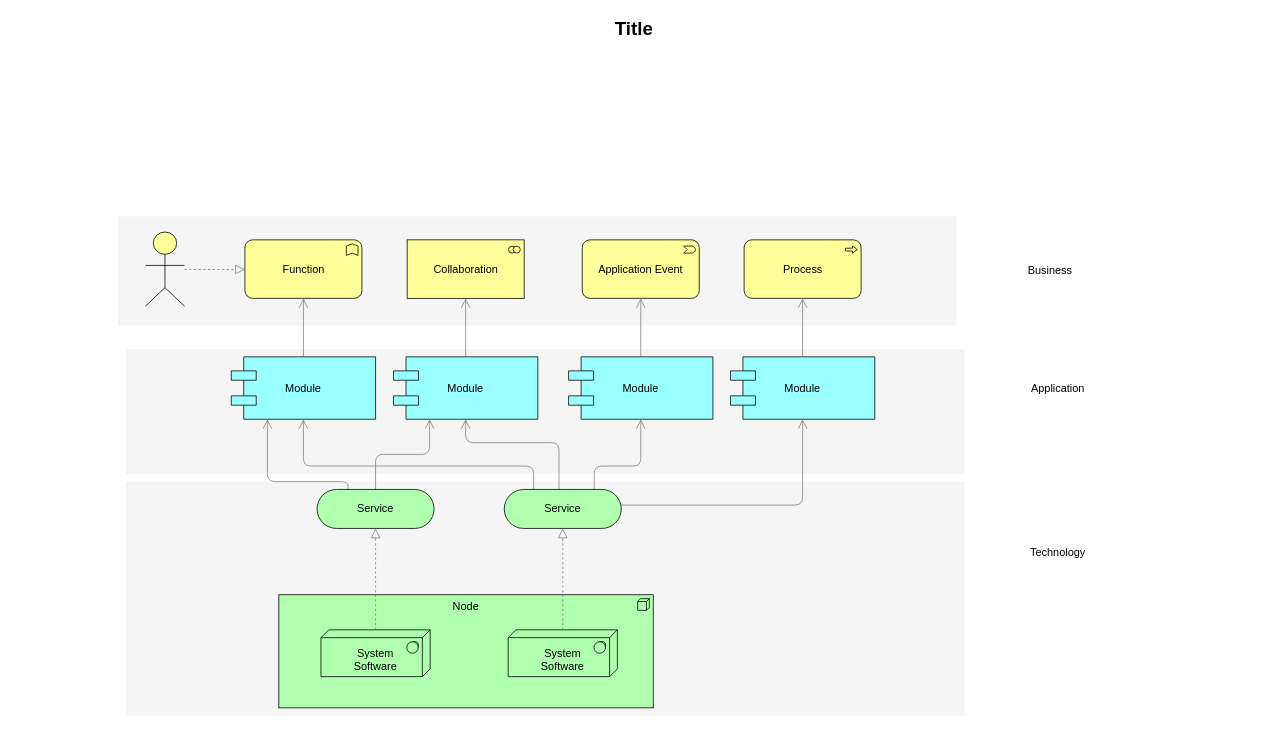
Earlier version of the draw.io diagram Untitled Diagram.drawio (vTide/drawio_test). Source tidied: cells renumbered, new cells numbered last; positions are measured from the earlier drawing's top-left corner, leaving out a move shared by most shapes. Both pictures are drawn from the tidied source at 78%, with x=0, y=0 at pixel (13, 13).
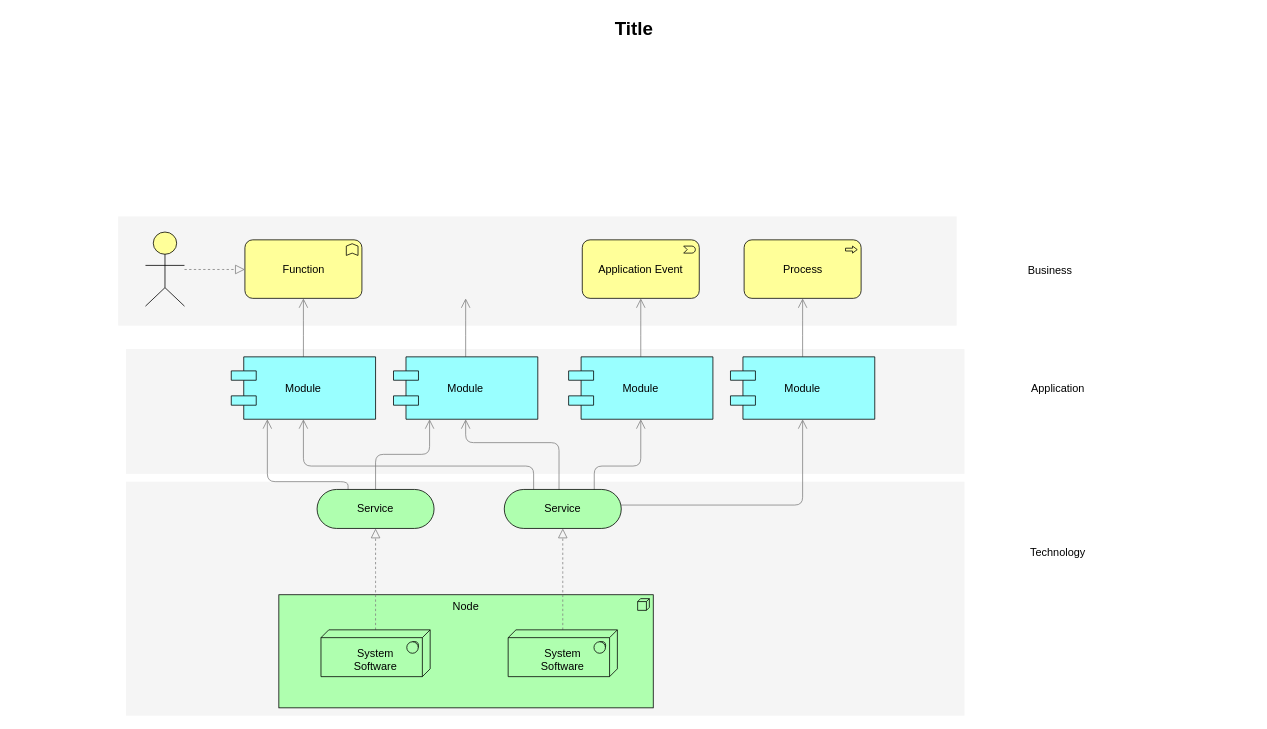
The same diagram, later.

Commit message:
Dropped something

Unchanged cells that the change refers to:
```xml
<mxCell id="21" value="Module" style="shape=component;align=center;fillColor=#99ffff;gradientColor=none;fontSize=14;" parent="1" vertex="1">
  <mxGeometry x="487" y="440" width="185" height="80" as="geometry" />
</mxCell>
```

The edit, as a diff of the source:
```diff
@@
-    <mxCell id="20" style="edgeStyle=elbowEdgeStyle;rounded=1;elbow=vertical;html=1;startSize=10;endArrow=open;endFill=0;endSize=10;jettySize=auto;strokeColor=#808080;fontSize=14;" parent="1" edge="1" source="21" target="27">
-      <mxGeometry relative="1" as="geometry" />
+    <mxCell id="20" style="edgeStyle=elbowEdgeStyle;rounded=1;elbow=vertical;html=1;startSize=10;endArrow=open;endFill=0;endSize=10;jettySize=auto;strokeColor=#808080;fontSize=14;" parent="1" edge="1" source="21">
+      <mxGeometry relative="1" as="geometry">
+        <mxPoint x="579.5" y="365" as="targetPoint" />
+      </mxGeometry>
     </mxCell>
@@
-    <mxCell id="27" value="Collaboration" style="html=1;whiteSpace=wrap;fillColor=#ffff99;shape=mxgraph.archimate3.application;appType=collab;archiType=square;fontSize=14;" parent="1" vertex="1">
-      <mxGeometry x="504.5" y="290" width="150" height="75" as="geometry" />
-    </mxCell>
```
